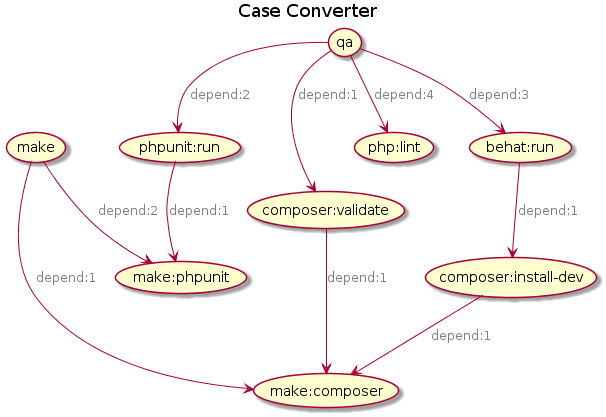
The PlantUML diagram build.png in jawira/case-converter, before a commit.
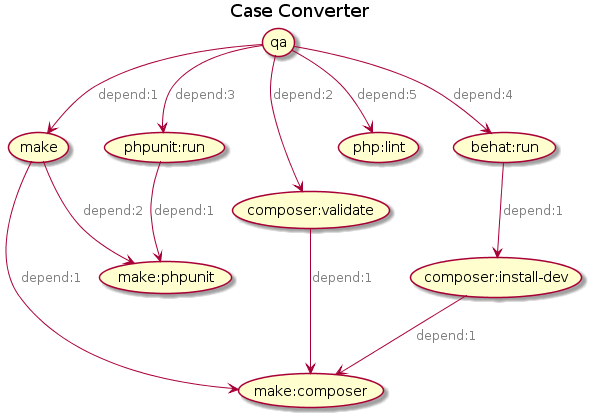
After the commit.

Diff of the diagram source:
```diff
@@ -14,10 +14,11 @@
 
 (make) --> (make:composer) : depend:1
 (make) --> (make:phpunit) : depend:2
-(qa) --> (composer:validate) : depend:1
-(qa) --> (phpunit:run) : depend:2
-(qa) --> (behat:run) : depend:3
-(qa) --> (php:lint) : depend:4
+(qa) --> (make) : depend:1
+(qa) --> (composer:validate) : depend:2
+(qa) --> (phpunit:run) : depend:3
+(qa) --> (behat:run) : depend:4
+(qa) --> (php:lint) : depend:5
 (composer:validate) --> (make:composer) : depend:1
 (composer:install-dev) --> (make:composer) : depend:1
 (phpunit:run) --> (make:phpunit) : depend:1
```
